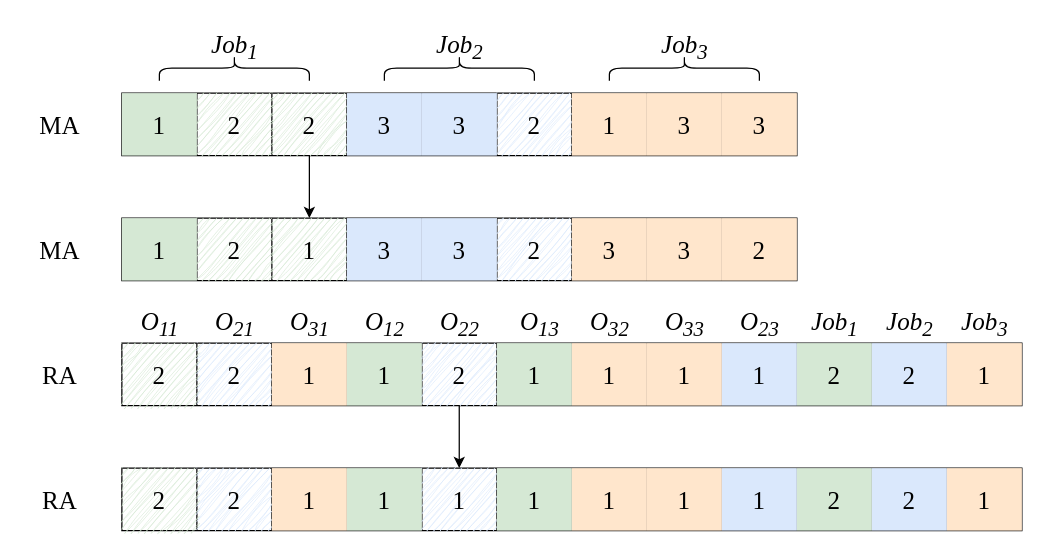
Before: mutation2.drawio in aslongaslihappy/algorithm, a draw.io diagram. Source tidied: cells renumbered, new cells numbered last; positions are measured from the earlier drawing's top-left corner, leaving out a move shared by most shapes. Both pictures are drawn from the tidied source at 125%, with x=0, y=0 at pixel (21, -8).
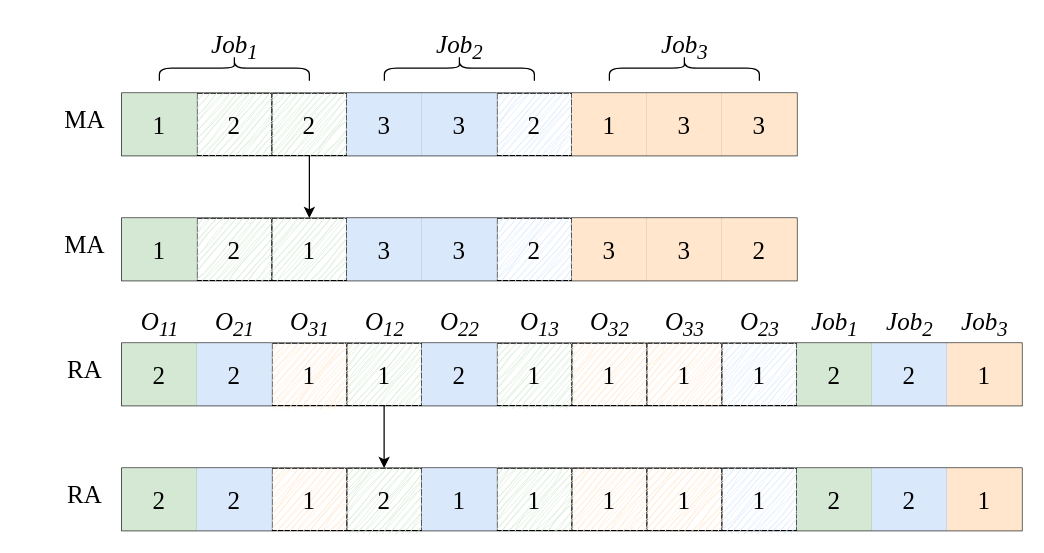
Above is the later version.

Unchanged cells that the change refers to:
```xml
<mxCell id="29" style="shape=tableRow;horizontal=0;startSize=0;swimlaneHead=0;swimlaneBody=0;strokeColor=inherit;top=0;left=0;bottom=0;right=0;fillColor=none;fontFamily=Times New Roman;fontSize=20;" parent="28" vertex="1">
  <mxGeometry width="720" height="50" as="geometry" />
</mxCell>
<mxCell id="44" style="shape=tableRow;horizontal=0;startSize=0;swimlaneHead=0;swimlaneBody=0;strokeColor=inherit;top=0;left=0;bottom=0;right=0;fillColor=none;fontFamily=Times New Roman;fontSize=20;" parent="43" vertex="1">
  <mxGeometry width="720" height="50" as="geometry" />
</mxCell>
```

The edit, as a diff of the source:
```diff
@@
     <mxCell id="13" value="MA" style="text;html=1;align=center;verticalAlign=middle;strokeColor=none;fillColor=none;fontFamily=Times New Roman;fontSize=20;" parent="1" vertex="1">
-      <mxGeometry y="85" width="60" height="40" as="geometry" />
+      <mxGeometry x="20" y="80" width="60" height="40" as="geometry" />
     </mxCell>
@@
     <mxCell id="25" value="MA" style="text;html=1;align=center;verticalAlign=middle;strokeColor=none;fillColor=none;fontFamily=Times New Roman;fontSize=20;" parent="1" vertex="1">
-      <mxGeometry y="185" width="60" height="40" as="geometry" />
+      <mxGeometry x="20" y="180" width="60" height="40" as="geometry" />
     </mxCell>
@@
     <mxCell id="27" value="RA" style="text;html=1;align=center;verticalAlign=middle;strokeColor=none;fillColor=none;fontFamily=Times New Roman;fontSize=20;" parent="1" vertex="1">
-      <mxGeometry x="5" y="285" width="50" height="40" as="geometry" />
+      <mxGeometry x="25" y="280" width="50" height="40" as="geometry" />
     </mxCell>
@@
-    <mxCell id="30" value="2" style="shape=partialRectangle;html=1;whiteSpace=wrap;strokeColor=#82b366;overflow=hidden;fillColor=#d5e8d4;top=0;left=0;bottom=0;right=0;fontFamily=Times New Roman;fontSize=20;sketch=1;curveFitting=1;jiggle=2;" parent="29" vertex="1">
+    <mxCell id="30" value="2" style="shape=partialRectangle;html=1;whiteSpace=wrap;strokeColor=#82b366;overflow=hidden;fillColor=#d5e8d4;top=0;left=0;bottom=0;right=0;fontFamily=Times New Roman;fontSize=20;" parent="29" vertex="1">
       <mxGeometry width="60" height="50" as="geometry" />
     </mxCell>
-    <mxCell id="31" value="2" style="shape=partialRectangle;html=1;whiteSpace=wrap;strokeColor=#6c8ebf;overflow=hidden;fillColor=#dae8fc;top=0;left=0;bottom=0;right=0;fontFamily=Times New Roman;fontSize=20;sketch=1;curveFitting=1;jiggle=2;" parent="29" vertex="1">
+    <mxCell id="31" value="2" style="shape=partialRectangle;html=1;whiteSpace=wrap;strokeColor=#6c8ebf;overflow=hidden;fillColor=#dae8fc;top=0;left=0;bottom=0;right=0;fontFamily=Times New Roman;fontSize=20;" parent="29" vertex="1">
       <mxGeometry x="60" width="60" height="50" as="geometry" />
     </mxCell>
-    <mxCell id="32" value="1" style="shape=partialRectangle;html=1;whiteSpace=wrap;strokeColor=#d79b00;overflow=hidden;fillColor=#ffe6cc;top=0;left=0;bottom=0;right=0;fontFamily=Times New Roman;fontSize=20;" parent="29" vertex="1">
+    <mxCell id="32" value="1" style="shape=partialRectangle;html=1;whiteSpace=wrap;strokeColor=#d79b00;overflow=hidden;fillColor=#ffe6cc;top=0;left=0;bottom=0;right=0;fontFamily=Times New Roman;fontSize=20;sketch=1;curveFitting=1;jiggle=2;" parent="29" vertex="1">
       <mxGeometry x="120" width="60" height="50" as="geometry" />
     </mxCell>
-    <mxCell id="33" value="1" style="shape=partialRectangle;html=1;whiteSpace=wrap;strokeColor=#82b366;overflow=hidden;fillColor=#d5e8d4;top=0;left=0;bottom=0;right=0;fontFamily=Times New Roman;fontSize=20;" parent="29" vertex="1">
+    <mxCell id="33" value="1" style="shape=partialRectangle;html=1;whiteSpace=wrap;strokeColor=#82b366;overflow=hidden;fillColor=#d5e8d4;top=0;left=0;bottom=0;right=0;fontFamily=Times New Roman;fontSize=20;sketch=1;curveFitting=1;jiggle=2;" parent="29" vertex="1">
       <mxGeometry x="180" width="60" height="50" as="geometry" />
     </mxCell>
-    <mxCell id="34" value="2" style="shape=partialRectangle;html=1;whiteSpace=wrap;strokeColor=#6c8ebf;overflow=hidden;fillColor=#dae8fc;top=0;left=0;bottom=0;right=0;fontFamily=Times New Roman;fontSize=20;sketch=1;curveFitting=1;jiggle=2;" parent="29" vertex="1">
+    <mxCell id="34" value="2" style="shape=partialRectangle;html=1;whiteSpace=wrap;strokeColor=#6c8ebf;overflow=hidden;fillColor=#dae8fc;top=0;left=0;bottom=0;right=0;fontFamily=Times New Roman;fontSize=20;" parent="29" vertex="1">
       <mxGeometry x="240" width="60" height="50" as="geometry" />
     </mxCell>
-    <mxCell id="35" value="1" style="shape=partialRectangle;html=1;whiteSpace=wrap;strokeColor=#82b366;overflow=hidden;fillColor=#d5e8d4;top=0;left=0;bottom=0;right=0;fontFamily=Times New Roman;fontSize=20;" parent="29" vertex="1">
+    <mxCell id="35" value="1" style="shape=partialRectangle;html=1;whiteSpace=wrap;strokeColor=#82b366;overflow=hidden;fillColor=#d5e8d4;top=0;left=0;bottom=0;right=0;fontFamily=Times New Roman;fontSize=20;sketch=1;curveFitting=1;jiggle=2;" parent="29" vertex="1">
       <mxGeometry x="300" width="60" height="50" as="geometry" />
     </mxCell>
-    <mxCell id="36" value="1" style="shape=partialRectangle;html=1;whiteSpace=wrap;strokeColor=#d79b00;overflow=hidden;fillColor=#ffe6cc;top=0;left=0;bottom=0;right=0;fontFamily=Times New Roman;fontSize=20;" parent="29" vertex="1">
+    <mxCell id="36" value="1" style="shape=partialRectangle;html=1;whiteSpace=wrap;strokeColor=#d79b00;overflow=hidden;fillColor=#ffe6cc;top=0;left=0;bottom=0;right=0;fontFamily=Times New Roman;fontSize=20;sketch=1;curveFitting=1;jiggle=2;" parent="29" vertex="1">
       <mxGeometry x="360" width="60" height="50" as="geometry" />
     </mxCell>
-    <mxCell id="37" value="1" style="shape=partialRectangle;html=1;whiteSpace=wrap;strokeColor=#d79b00;overflow=hidden;fillColor=#ffe6cc;top=0;left=0;bottom=0;right=0;fontFamily=Times New Roman;fontSize=20;" parent="29" vertex="1">
+    <mxCell id="37" value="1" style="shape=partialRectangle;html=1;whiteSpace=wrap;strokeColor=#d79b00;overflow=hidden;fillColor=#ffe6cc;top=0;left=0;bottom=0;right=0;fontFamily=Times New Roman;fontSize=20;sketch=1;curveFitting=1;jiggle=2;" parent="29" vertex="1">
       <mxGeometry x="420" width="60" height="50" as="geometry" />
     </mxCell>
-    <mxCell id="38" value="1" style="shape=partialRectangle;html=1;whiteSpace=wrap;strokeColor=#6c8ebf;overflow=hidden;fillColor=#dae8fc;top=0;left=0;bottom=0;right=0;fontFamily=Times New Roman;fontSize=20;" parent="29" vertex="1">
+    <mxCell id="38" value="1" style="shape=partialRectangle;html=1;whiteSpace=wrap;strokeColor=#6c8ebf;overflow=hidden;fillColor=#dae8fc;top=0;left=0;bottom=0;right=0;fontFamily=Times New Roman;fontSize=20;sketch=1;curveFitting=1;jiggle=2;" parent="29" vertex="1">
       <mxGeometry x="480" width="60" height="50" as="geometry" />
     </mxCell>
@@
     <mxCell id="42" value="RA" style="text;html=1;align=center;verticalAlign=middle;strokeColor=none;fillColor=none;fontFamily=Times New Roman;fontSize=20;" parent="1" vertex="1">
-      <mxGeometry x="5" y="385" width="50" height="40" as="geometry" />
+      <mxGeometry x="25" y="380" width="50" height="40" as="geometry" />
     </mxCell>
@@
-    <mxCell id="45" value="2" style="shape=partialRectangle;html=1;whiteSpace=wrap;strokeColor=#82b366;overflow=hidden;fillColor=#d5e8d4;top=0;left=0;bottom=0;right=0;fontFamily=Times New Roman;fontSize=20;sketch=1;curveFitting=1;jiggle=2;" parent="44" vertex="1">
+    <mxCell id="45" value="2" style="shape=partialRectangle;html=1;whiteSpace=wrap;strokeColor=#82b366;overflow=hidden;fillColor=#d5e8d4;top=0;left=0;bottom=0;right=0;fontFamily=Times New Roman;fontSize=20;" parent="44" vertex="1">
       <mxGeometry width="60" height="50" as="geometry" />
     </mxCell>
-    <mxCell id="46" value="2" style="shape=partialRectangle;html=1;whiteSpace=wrap;strokeColor=#6c8ebf;overflow=hidden;fillColor=#dae8fc;top=0;left=0;bottom=0;right=0;fontFamily=Times New Roman;fontSize=20;sketch=1;curveFitting=1;jiggle=2;" parent="44" vertex="1">
+    <mxCell id="46" value="2" style="shape=partialRectangle;html=1;whiteSpace=wrap;strokeColor=#6c8ebf;overflow=hidden;fillColor=#dae8fc;top=0;left=0;bottom=0;right=0;fontFamily=Times New Roman;fontSize=20;" parent="44" vertex="1">
       <mxGeometry x="60" width="60" height="50" as="geometry" />
     </mxCell>
-    <mxCell id="47" value="1" style="shape=partialRectangle;html=1;whiteSpace=wrap;strokeColor=#d79b00;overflow=hidden;fillColor=#ffe6cc;top=0;left=0;bottom=0;right=0;fontFamily=Times New Roman;fontSize=20;" parent="44" vertex="1">
+    <mxCell id="47" value="1" style="shape=partialRectangle;html=1;whiteSpace=wrap;strokeColor=#d79b00;overflow=hidden;fillColor=#ffe6cc;top=0;left=0;bottom=0;right=0;fontFamily=Times New Roman;fontSize=20;sketch=1;curveFitting=1;jiggle=2;" parent="44" vertex="1">
       <mxGeometry x="120" width="60" height="50" as="geometry" />
     </mxCell>
-    <mxCell id="48" value="1" style="shape=partialRectangle;html=1;whiteSpace=wrap;strokeColor=#82b366;overflow=hidden;fillColor=#d5e8d4;top=0;left=0;bottom=0;right=0;fontFamily=Times New Roman;fontSize=20;" parent="44" vertex="1">
+    <mxCell id="48" value="2" style="shape=partialRectangle;html=1;whiteSpace=wrap;strokeColor=#82b366;overflow=hidden;fillColor=#d5e8d4;top=0;left=0;bottom=0;right=0;fontFamily=Times New Roman;fontSize=20;sketch=1;curveFitting=1;jiggle=2;" parent="44" vertex="1">
       <mxGeometry x="180" width="60" height="50" as="geometry" />
     </mxCell>
-    <mxCell id="49" value="1" style="shape=partialRectangle;html=1;whiteSpace=wrap;strokeColor=#6c8ebf;overflow=hidden;fillColor=#dae8fc;top=0;left=0;bottom=0;right=0;fontFamily=Times New Roman;fontSize=20;sketch=1;curveFitting=1;jiggle=2;" parent="44" vertex="1">
+    <mxCell id="49" value="1" style="shape=partialRectangle;html=1;whiteSpace=wrap;strokeColor=#6c8ebf;overflow=hidden;fillColor=#dae8fc;top=0;left=0;bottom=0;right=0;fontFamily=Times New Roman;fontSize=20;" parent="44" vertex="1">
       <mxGeometry x="240" width="60" height="50" as="geometry" />
     </mxCell>
-    <mxCell id="50" value="1" style="shape=partialRectangle;html=1;whiteSpace=wrap;strokeColor=#82b366;overflow=hidden;fillColor=#d5e8d4;top=0;left=0;bottom=0;right=0;fontFamily=Times New Roman;fontSize=20;" parent="44" vertex="1">
+    <mxCell id="50" value="1" style="shape=partialRectangle;html=1;whiteSpace=wrap;strokeColor=#82b366;overflow=hidden;fillColor=#d5e8d4;top=0;left=0;bottom=0;right=0;fontFamily=Times New Roman;fontSize=20;sketch=1;curveFitting=1;jiggle=2;" parent="44" vertex="1">
       <mxGeometry x="300" width="60" height="50" as="geometry" />
     </mxCell>
-    <mxCell id="51" value="1" style="shape=partialRectangle;html=1;whiteSpace=wrap;strokeColor=#d79b00;overflow=hidden;fillColor=#ffe6cc;top=0;left=0;bottom=0;right=0;fontFamily=Times New Roman;fontSize=20;" parent="44" vertex="1">
+    <mxCell id="51" value="1" style="shape=partialRectangle;html=1;whiteSpace=wrap;strokeColor=#d79b00;overflow=hidden;fillColor=#ffe6cc;top=0;left=0;bottom=0;right=0;fontFamily=Times New Roman;fontSize=20;sketch=1;curveFitting=1;jiggle=2;" parent="44" vertex="1">
       <mxGeometry x="360" width="60" height="50" as="geometry" />
     </mxCell>
-    <mxCell id="52" value="1" style="shape=partialRectangle;html=1;whiteSpace=wrap;strokeColor=#d79b00;overflow=hidden;fillColor=#ffe6cc;top=0;left=0;bottom=0;right=0;fontFamily=Times New Roman;fontSize=20;" parent="44" vertex="1">
+    <mxCell id="52" value="1" style="shape=partialRectangle;html=1;whiteSpace=wrap;strokeColor=#d79b00;overflow=hidden;fillColor=#ffe6cc;top=0;left=0;bottom=0;right=0;fontFamily=Times New Roman;fontSize=20;sketch=1;curveFitting=1;jiggle=2;" parent="44" vertex="1">
       <mxGeometry x="420" width="60" height="50" as="geometry" />
     </mxCell>
-    <mxCell id="53" value="1" style="shape=partialRectangle;html=1;whiteSpace=wrap;strokeColor=#6c8ebf;overflow=hidden;fillColor=#dae8fc;top=0;left=0;bottom=0;right=0;fontFamily=Times New Roman;fontSize=20;" parent="44" vertex="1">
+    <mxCell id="53" value="1" style="shape=partialRectangle;html=1;whiteSpace=wrap;strokeColor=#6c8ebf;overflow=hidden;fillColor=#dae8fc;top=0;left=0;bottom=0;right=0;fontFamily=Times New Roman;fontSize=20;sketch=1;curveFitting=1;jiggle=2;" parent="44" vertex="1">
       <mxGeometry x="480" width="60" height="50" as="geometry" />
     </mxCell>
@@
     <mxCell id="57" style="endArrow=classic;html=1;rounded=0;exitX=0.17;exitY=1.009;exitDx=0;exitDy=0;exitPerimeter=0;fontFamily=Times New Roman;" parent="1" edge="1">
       <mxGeometry relative="1" as="geometry">
-        <mxPoint x="349.9" y="330" as="sourcePoint" />
-        <mxPoint x="349.9" y="380" as="targetPoint" />
+        <mxPoint x="289.8" y="330" as="sourcePoint" />
+        <mxPoint x="289.8" y="380" as="targetPoint" />
       </mxGeometry>
     </mxCell>
```
